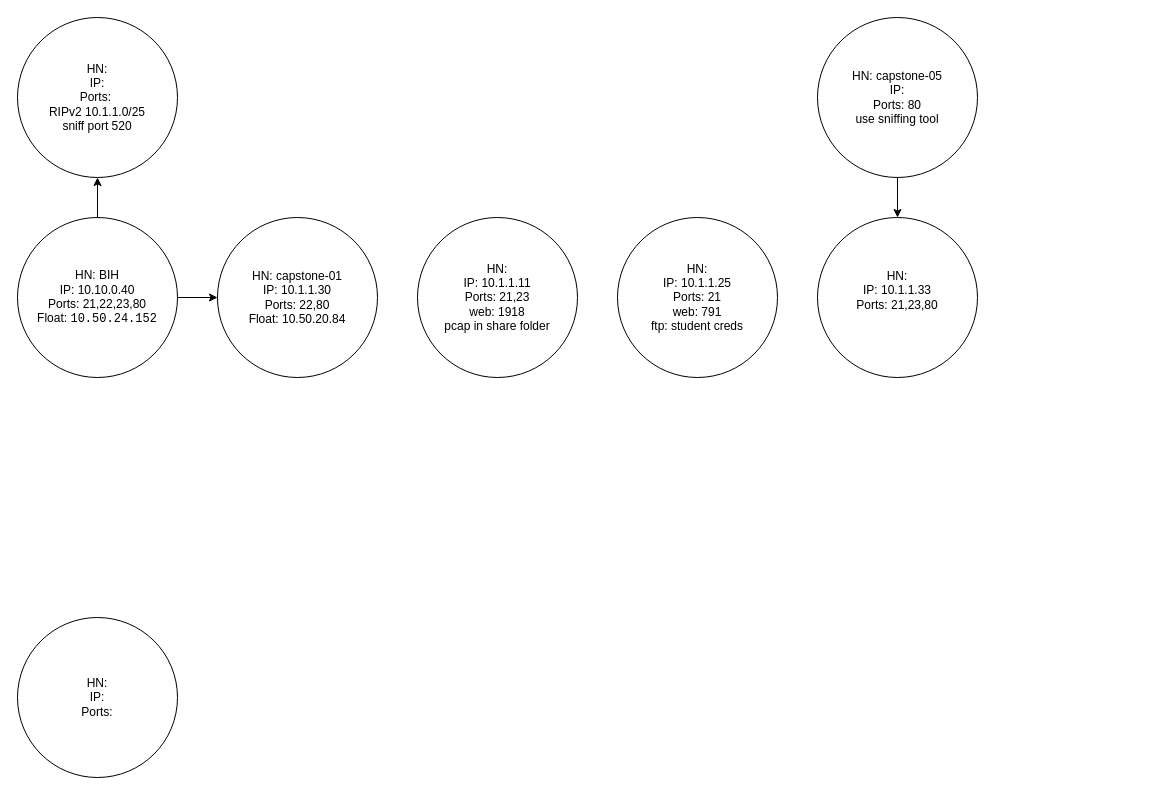
This is capstonemap.drawio from matthewjrobinson24/networking, a draw.io file, before an edit. Source tidied: cells renumbered, new cells numbered last; positions are measured from the earlier drawing's top-left corner, leaving out a move shared by most shapes. Both pictures are drawn from the tidied source at 100%, with x=0, y=0 at pixel (17, 17).
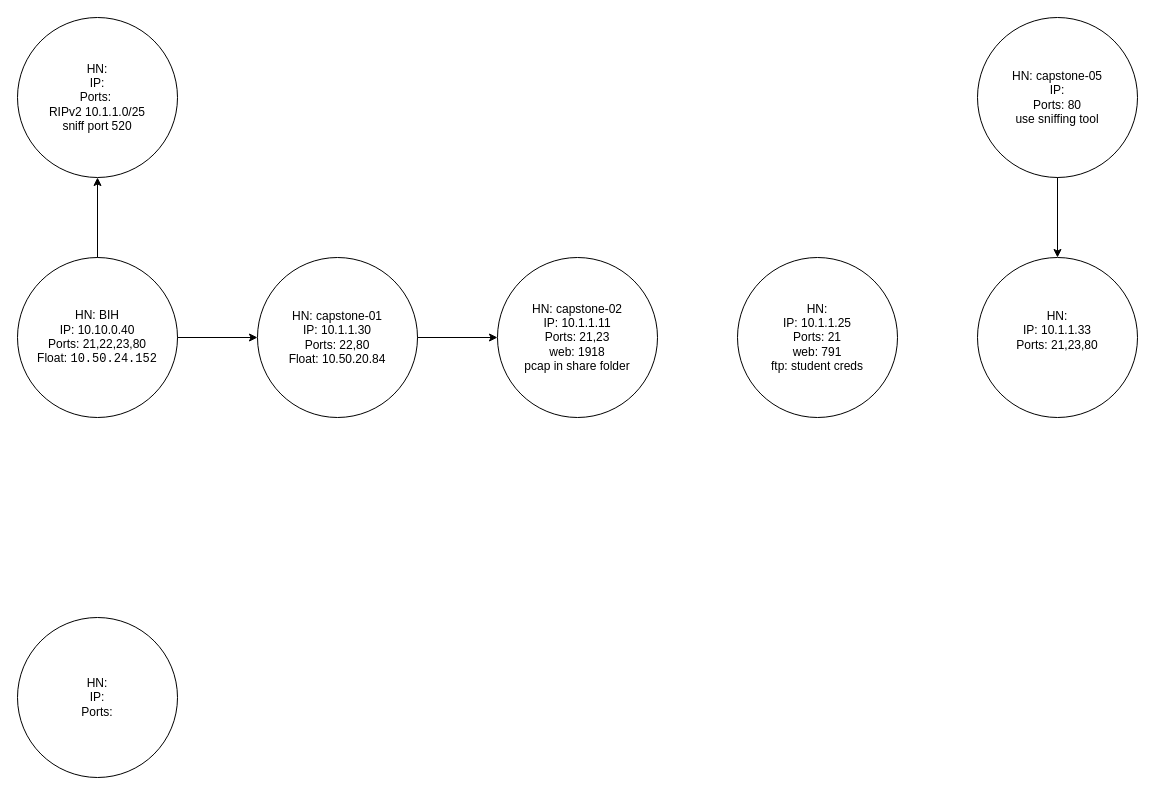
Above is the later version.

The edit, as a diff of the source:
```diff
@@
 <mxGraphModel>
   <root>
     <mxCell id="0" />
     <mxCell id="1" parent="0" />
     <mxCell id="2" value="&lt;div&gt;HN: BIH&lt;br&gt;&lt;/div&gt;&lt;div&gt;IP: 10.10.0.40&lt;br&gt;&lt;/div&gt;&lt;div&gt;Ports: 21,22,23,80&lt;br&gt;&lt;/div&gt;&lt;div&gt;Float: &lt;code&gt;&lt;code&gt;&lt;code&gt;10.50.24.152&lt;/code&gt;&lt;/code&gt;&lt;/code&gt;&lt;/div&gt;" style="ellipse;whiteSpace=wrap;html=1;" parent="1" vertex="1">
-      <mxGeometry y="200" width="160" height="160" as="geometry" />
+      <mxGeometry y="240" width="160" height="160" as="geometry" />
     </mxCell>
     <mxCell id="3" value="&lt;div&gt;HN: capstone-01&lt;br&gt;&lt;/div&gt;&lt;div&gt;IP: 10.1.1.30&lt;br&gt;&lt;/div&gt;&lt;div&gt;Ports: 22,80&lt;br&gt;&lt;/div&gt;&lt;div&gt;Float: 10.50.20.84&lt;br&gt;&lt;/div&gt;" style="ellipse;whiteSpace=wrap;html=1;" parent="1" vertex="1">
-      <mxGeometry x="200" y="200" width="160" height="160" as="geometry" />
+      <mxGeometry x="240" y="240" width="160" height="160" as="geometry" />
     </mxCell>
     <mxCell id="4" value="&lt;div&gt;HN: &lt;br&gt;&lt;/div&gt;&lt;div&gt;IP: &lt;br&gt;&lt;/div&gt;&lt;div&gt;Ports: &lt;br&gt;&lt;/div&gt;" style="ellipse;whiteSpace=wrap;html=1;" parent="1" vertex="1">
       <mxGeometry y="600" width="160" height="160" as="geometry" />
     </mxCell>
-    <mxCell id="5" value="&lt;div&gt;HN: &lt;br&gt;&lt;/div&gt;&lt;div&gt;IP: 10.1.1.11&lt;br&gt;&lt;/div&gt;&lt;div&gt;Ports: 21,23&lt;br&gt;&lt;/div&gt;&lt;div&gt;web: 1918&lt;/div&gt;&lt;div&gt;pcap in share folder&lt;br&gt;&lt;/div&gt;" style="ellipse;whiteSpace=wrap;html=1;" parent="1" vertex="1">
-      <mxGeometry x="400" y="200" width="160" height="160" as="geometry" />
+    <mxCell id="5" value="&lt;div&gt;HN: capstone-02&lt;br&gt;&lt;/div&gt;&lt;div&gt;IP: 10.1.1.11&lt;br&gt;&lt;/div&gt;&lt;div&gt;Ports: 21,23&lt;br&gt;&lt;/div&gt;&lt;div&gt;web: 1918&lt;/div&gt;&lt;div&gt;pcap in share folder&lt;br&gt;&lt;/div&gt;" style="ellipse;whiteSpace=wrap;html=1;" parent="1" vertex="1">
+      <mxGeometry x="480" y="240" width="160" height="160" as="geometry" />
     </mxCell>
     <mxCell id="6" value="&lt;div&gt;HN: &lt;br&gt;&lt;/div&gt;&lt;div&gt;IP: 10.1.1.25&lt;br&gt;&lt;/div&gt;&lt;div&gt;Ports: 21&lt;/div&gt;&lt;div&gt;web: 791&lt;/div&gt;&lt;div&gt;ftp: student creds&lt;br&gt;&lt;/div&gt;" style="ellipse;whiteSpace=wrap;html=1;" parent="1" vertex="1">
-      <mxGeometry x="600" y="200" width="160" height="160" as="geometry" />
+      <mxGeometry x="720" y="240" width="160" height="160" as="geometry" />
     </mxCell>
     <mxCell id="7" value="&lt;div&gt;HN: &lt;br&gt;&lt;/div&gt;&lt;div&gt;IP: 10.1.1.33&lt;br&gt;&lt;/div&gt;&lt;div&gt;Ports: 21,23,80&lt;/div&gt;&lt;div&gt;&lt;br&gt;&lt;/div&gt;" style="ellipse;whiteSpace=wrap;html=1;" parent="1" vertex="1">
-      <mxGeometry x="800" y="200" width="160" height="160" as="geometry" />
+      <mxGeometry x="960" y="240" width="160" height="160" as="geometry" />
     </mxCell>
     <mxCell id="8" value="&lt;div&gt;HN: capstone-05&lt;br&gt;&lt;/div&gt;&lt;div&gt;IP: &lt;br&gt;&lt;/div&gt;&lt;div&gt;Ports: 80&lt;/div&gt;&lt;div&gt;use sniffing tool&lt;br&gt;&lt;/div&gt;" style="ellipse;whiteSpace=wrap;html=1;" parent="1" vertex="1">
-      <mxGeometry x="800" width="160" height="160" as="geometry" />
+      <mxGeometry x="960" width="160" height="160" as="geometry" />
     </mxCell>
     <mxCell id="9" value="&lt;div&gt;HN: &lt;br&gt;&lt;/div&gt;&lt;div&gt;IP: &lt;br&gt;&lt;/div&gt;&lt;div&gt;Ports:&amp;nbsp;&lt;/div&gt;&lt;div&gt;RIPv2 10.1.1.0/25&lt;/div&gt;&lt;div&gt;sniff port 520&lt;br&gt;&lt;/div&gt;" style="ellipse;whiteSpace=wrap;html=1;" parent="1" vertex="1">
       <mxGeometry width="160" height="160" as="geometry" />
     </mxCell>
     <mxCell id="10" style="endArrow=classic;html=1;rounded=0;entryX=0.5;entryY=0;entryDx=0;entryDy=0;exitX=0.5;exitY=1;exitDx=0;exitDy=0;" parent="1" edge="1" source="8" target="7">
       <mxGeometry relative="1" as="geometry" />
     </mxCell>
     <mxCell id="11" style="endArrow=classic;html=1;rounded=0;exitX=1;exitY=0.5;exitDx=0;exitDy=0;entryX=0;entryY=0.5;entryDx=0;entryDy=0;" parent="1" edge="1" source="2" target="3">
       <mxGeometry relative="1" as="geometry" />
     </mxCell>
     <mxCell id="12" style="endArrow=classic;html=1;rounded=0;exitX=0.5;exitY=0;exitDx=0;exitDy=0;entryX=0.5;entryY=1;entryDx=0;entryDy=0;" parent="1" edge="1" source="2" target="9">
       <mxGeometry relative="1" as="geometry" />
     </mxCell>
+    <mxCell id="13" style="endArrow=classic;html=1;rounded=0;exitX=1;exitY=0.5;exitDx=0;exitDy=0;entryX=0;entryY=0.5;entryDx=0;entryDy=0;" parent="1" edge="1" source="3" target="5">
+      <mxGeometry relative="1" as="geometry" />
+    </mxCell>
   </root>
 </mxGraphModel>
```
